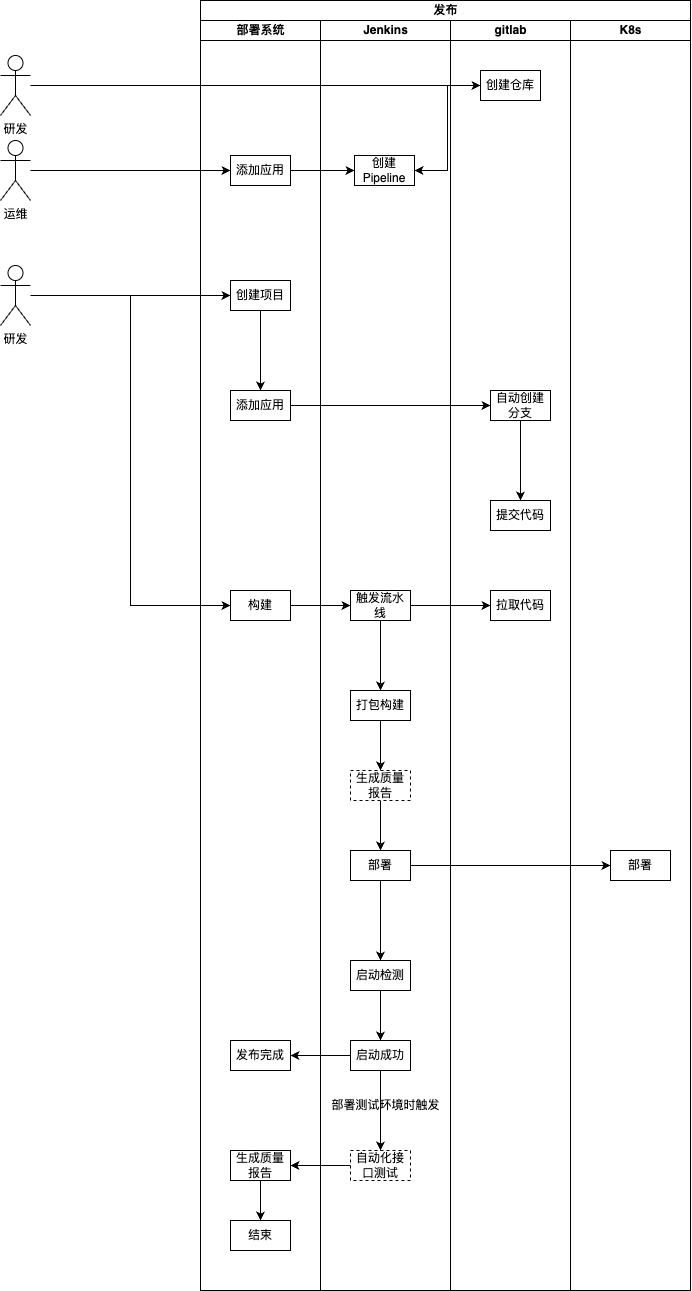
Above: assets/环境隔离方案-构建工作流.drawio.png in algdot/algdot.github.io (draw.io), before the change. Source tidied: cells renumbered, new cells last; positions are measured from the earlier drawing's top-left corner, leaving out a move shared by most shapes.
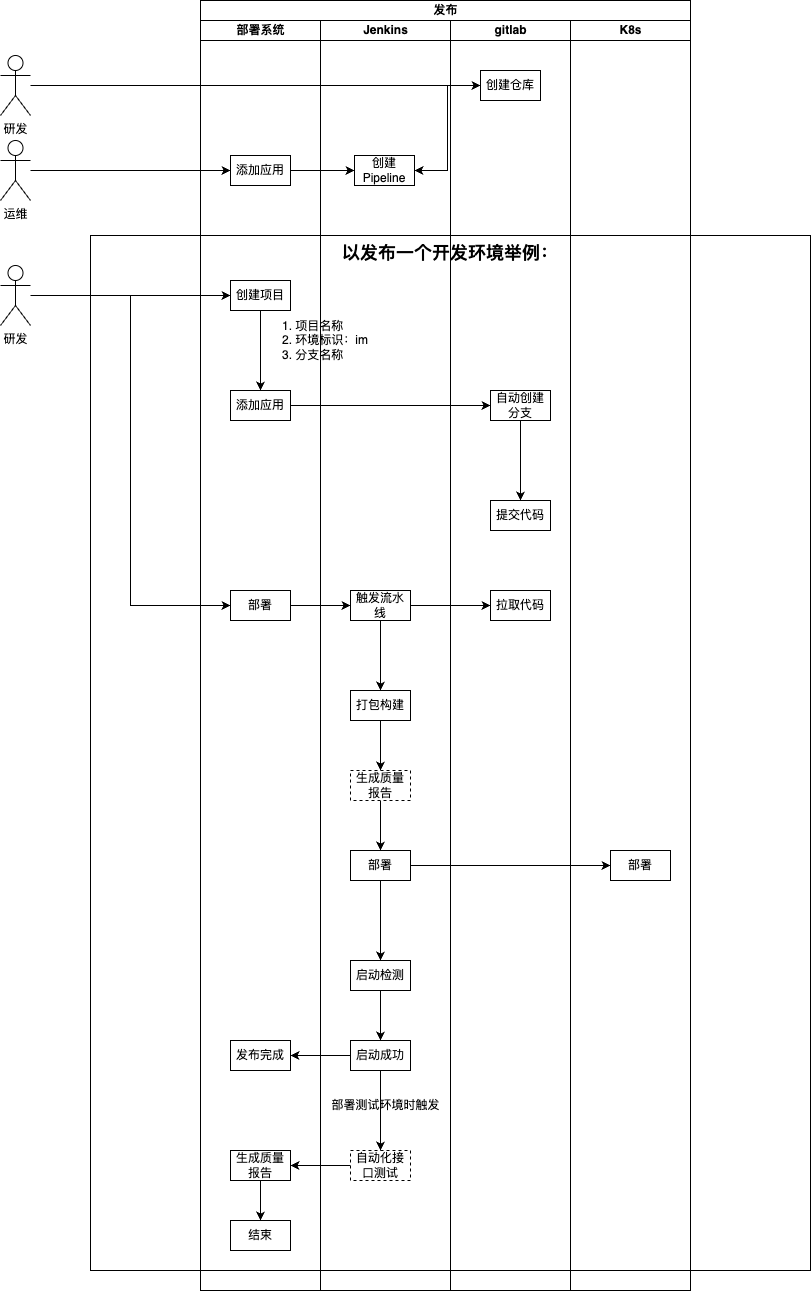
The same diagram one commit later.

Diff of the diagram source:
```diff
@@ -2,6 +2,9 @@
   <root>
     <mxCell id="0" />
     <mxCell id="1" parent="0" />
+    <mxCell id="52" value="&lt;span style=&quot;text-wrap: nowrap;&quot;&gt;&lt;b&gt;&lt;font style=&quot;font-size: 18px;&quot;&gt;以发布一个开发环境举例：&lt;/font&gt;&lt;/b&gt;&lt;/span&gt;" style="rounded=0;whiteSpace=wrap;html=1;verticalAlign=top;" parent="1" vertex="1">
+      <mxGeometry x="90" y="235" width="720" height="1035" as="geometry" />
+    </mxCell>
     <mxCell id="2" value="发布" style="swimlane;startSize=20;html=1;" parent="1" vertex="1">
       <mxGeometry x="200" width="490" height="1290" as="geometry" />
     </mxCell>
@@ -26,7 +29,7 @@
     <mxCell id="9" value="添加应用" style="rounded=0;whiteSpace=wrap;html=1;" parent="3" vertex="1">
       <mxGeometry x="30" y="370" width="60" height="30" as="geometry" />
     </mxCell>
-    <mxCell id="10" value="构建" style="rounded=0;whiteSpace=wrap;html=1;" parent="3" vertex="1">
+    <mxCell id="10" value="部署" style="rounded=0;whiteSpace=wrap;html=1;" parent="3" vertex="1">
       <mxGeometry x="30" y="570" width="60" height="30" as="geometry" />
     </mxCell>
     <mxCell id="11" value="发布完成" style="rounded=0;whiteSpace=wrap;html=1;" parent="3" vertex="1">
@@ -83,6 +86,9 @@
     <mxCell id="28" value="部署测试环境时触发" style="text;html=1;align=center;verticalAlign=middle;strokeColor=none;fillColor=none;" parent="15" vertex="1">
       <mxGeometry y="1070" width="130" height="30" as="geometry" />
     </mxCell>
+    <mxCell id="53" value="1. 项目名称&lt;br&gt;2. 环境标识：im&lt;br&gt;3. 分支名称" style="text;html=1;align=left;verticalAlign=middle;strokeColor=none;fillColor=none;" parent="15" vertex="1">
+      <mxGeometry x="-40" y="290" width="110" height="60" as="geometry" />
+    </mxCell>
     <mxCell id="29" value="gitlab" style="swimlane;startSize=20;html=1;" parent="2" vertex="1">
       <mxGeometry x="250" y="20" width="120" height="1270" as="geometry" />
     </mxCell>
```
